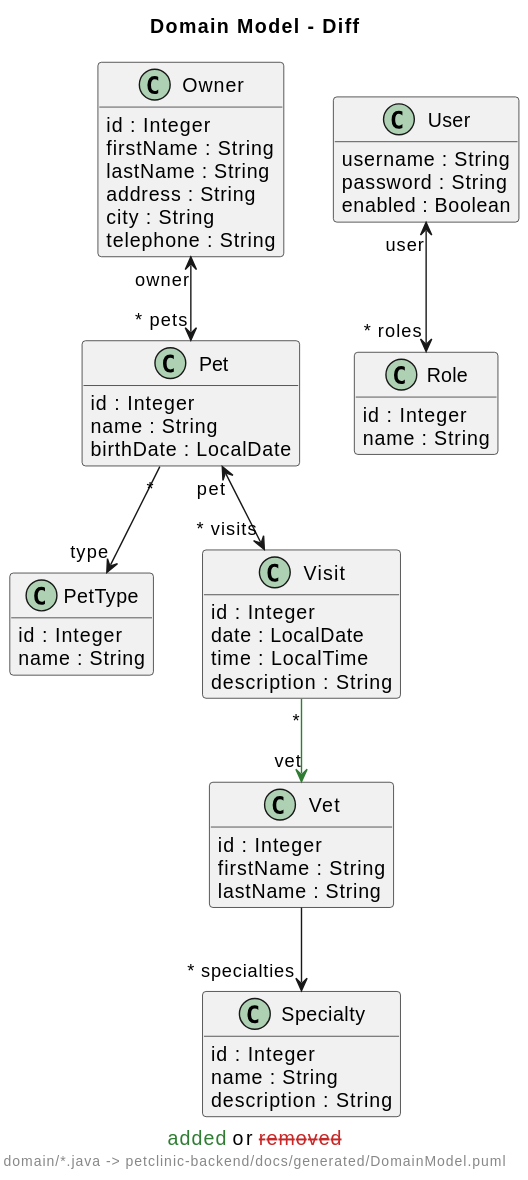
Earlier version of the PlantUML export demo/petclinic-visit-vet/assets/diagrams/petclinic-backend_docs_generated_DomainModel.diff.svg (victorrentea/human-review). Its diagram source:
```plantuml
@startuml
caption <color:#2E7D32>added</color> or <color:#C62828><s>removed</s></color>

title Domain Model - Diff
footer domain/*.java -> petclinic-backend/docs/generated/DomainModel.puml
hide empty members
skinparam classAttributeIconSize 0
skinparam hyperlinkUnderline false
skinparam hyperlinkColor #000000
class Owner [[src://petclinic-backend/src/main/java/victor/training/petclinic/domain/Owner.java:28{Click to open in editor}]] {
  id : Integer
  firstName : String
  lastName : String
  address : String
  city : String
  telephone : String
}
class Pet [[src://petclinic-backend/src/main/java/victor/training/petclinic/domain/Pet.java:29{Click to open in editor}]] {
  id : Integer
  name : String
  birthDate : LocalDate
}
class PetType [[src://petclinic-backend/src/main/java/victor/training/petclinic/domain/PetType.java:8{Click to open in editor}]] {
  id : Integer
  name : String
}
class Role [[src://petclinic-backend/src/main/java/victor/training/petclinic/domain/Role.java:8{Click to open in editor}]] {
  id : Integer
  name : String
}
class Specialty [[src://petclinic-backend/src/main/java/victor/training/petclinic/domain/Specialty.java:7{Click to open in editor}]] {
  id : Integer
  name : String
  description : String
}
class User [[src://petclinic-backend/src/main/java/victor/training/petclinic/domain/User.java:11{Click to open in editor}]] {
  username : String
  password : String
  enabled : Boolean
}
class Vet [[src://petclinic-backend/src/main/java/victor/training/petclinic/domain/Vet.java:11{Click to open in editor}]] {
  id : Integer
  firstName : String
  lastName : String
}
class Visit [[src://petclinic-backend/src/main/java/victor/training/petclinic/domain/Visit.java:11{Click to open in editor}]] {
  id : Integer
  date : LocalDate
  time : LocalTime
  description : String
}

Owner "owner" <--> "~* pets" Pet
Pet "~*" --> "type" PetType
Pet "pet" <--> "~* visits" Visit
User "user" <--> "~* roles" Role
Vet --> "~* specialties" Specialty
Visit "~*" -[#2E7D32]-> "vet" Vet
@enduml
```
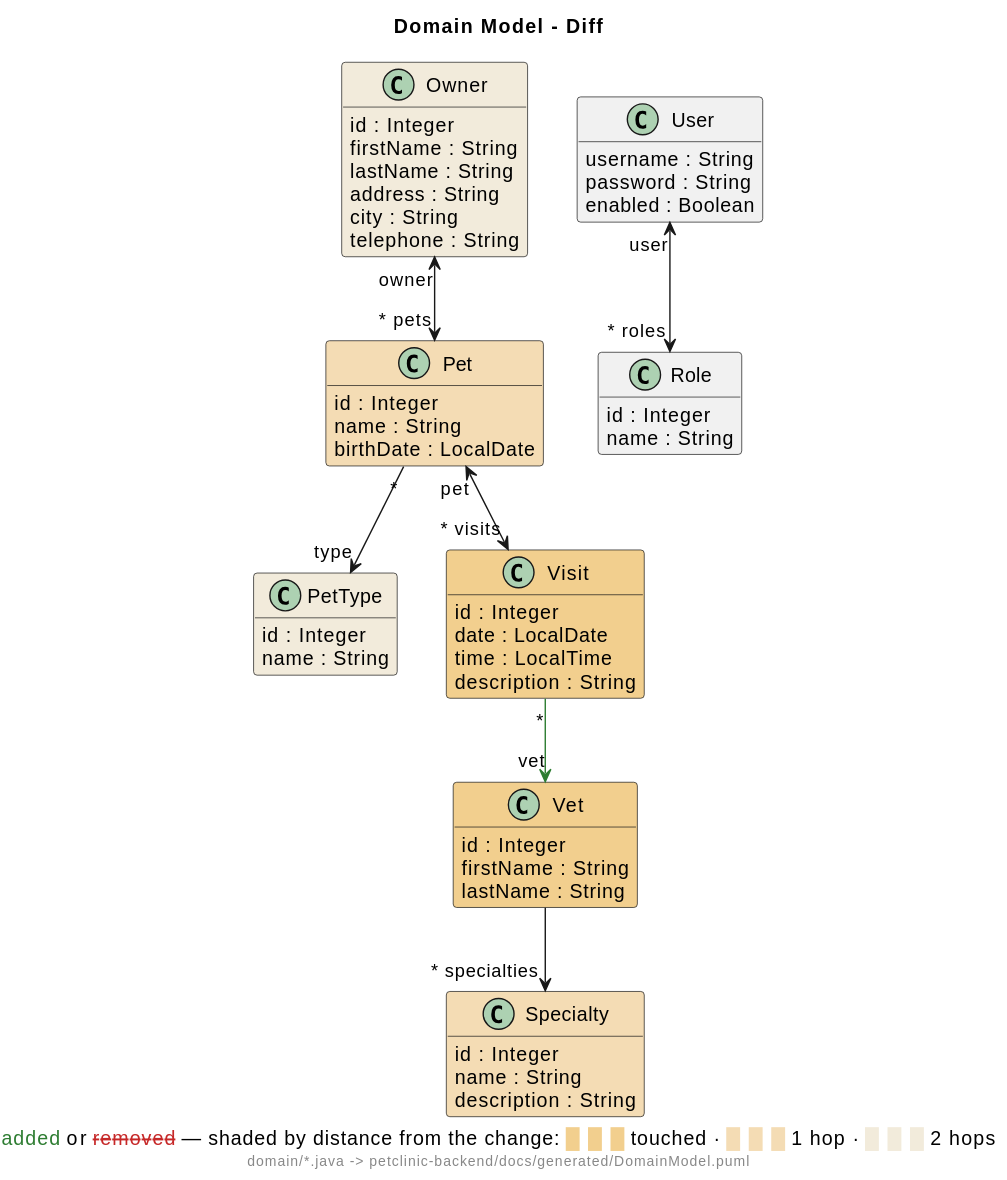
After the commit.

The edit, as a diff of the source:
```diff
@@ -1,5 +1,5 @@
 @startuml
-caption <color:#2E7D32>added</color> or <color:#C62828><s>removed</s></color>
+caption <color:#2E7D32>added</color> or <color:#C62828><s>removed</s></color> — shaded by distance from the change: <color:#F2CF8E>███</color> touched · <color:#F4DCB4>███</color> 1 hop · <color:#F2EBDB>███</color> 2 hops
 
 title Domain Model - Diff
 footer domain/*.java -> petclinic-backend/docs/generated/DomainModel.puml
@@ -7,7 +7,7 @@
 skinparam classAttributeIconSize 0
 skinparam hyperlinkUnderline false
 skinparam hyperlinkColor #000000
-class Owner [[src://petclinic-backend/src/main/java/victor/training/petclinic/domain/Owner.java:28{Click to open in editor}]] {
+class Owner [[src://petclinic-backend/src/main/java/victor/training/petclinic/domain/Owner.java:28{Click to open in editor}]] #back:F2EBDB {
   id : Integer
   firstName : String
   lastName : String
@@ -15,12 +15,12 @@
   city : String
   telephone : String
 }
-class Pet [[src://petclinic-backend/src/main/java/victor/training/petclinic/domain/Pet.java:29{Click to open in editor}]] {
+class Pet [[src://petclinic-backend/src/main/java/victor/training/petclinic/domain/Pet.java:29{Click to open in editor}]] #back:F4DCB4 {
   id : Integer
   name : String
   birthDate : LocalDate
 }
-class PetType [[src://petclinic-backend/src/main/java/victor/training/petclinic/domain/PetType.java:8{Click to open in editor}]] {
+class PetType [[src://petclinic-backend/src/main/java/victor/training/petclinic/domain/PetType.java:8{Click to open in editor}]] #back:F2EBDB {
   id : Integer
   name : String
 }
@@ -28,7 +28,7 @@
   id : Integer
   name : String
 }
-class Specialty [[src://petclinic-backend/src/main/java/victor/training/petclinic/domain/Specialty.java:7{Click to open in editor}]] {
+class Specialty [[src://petclinic-backend/src/main/java/victor/training/petclinic/domain/Specialty.java:7{Click to open in editor}]] #back:F4DCB4 {
   id : Integer
   name : String
   description : String
@@ -38,12 +38,12 @@
   password : String
   enabled : Boolean
 }
-class Vet [[src://petclinic-backend/src/main/java/victor/training/petclinic/domain/Vet.java:11{Click to open in editor}]] {
+class Vet [[src://petclinic-backend/src/main/java/victor/training/petclinic/domain/Vet.java:11{Click to open in editor}]] #back:F2CF8E {
   id : Integer
   firstName : String
   lastName : String
 }
-class Visit [[src://petclinic-backend/src/main/java/victor/training/petclinic/domain/Visit.java:11{Click to open in editor}]] {
+class Visit [[src://petclinic-backend/src/main/java/victor/training/petclinic/domain/Visit.java:11{Click to open in editor}]] #back:F2CF8E {
   id : Integer
   date : LocalDate
   time : LocalTime
```
